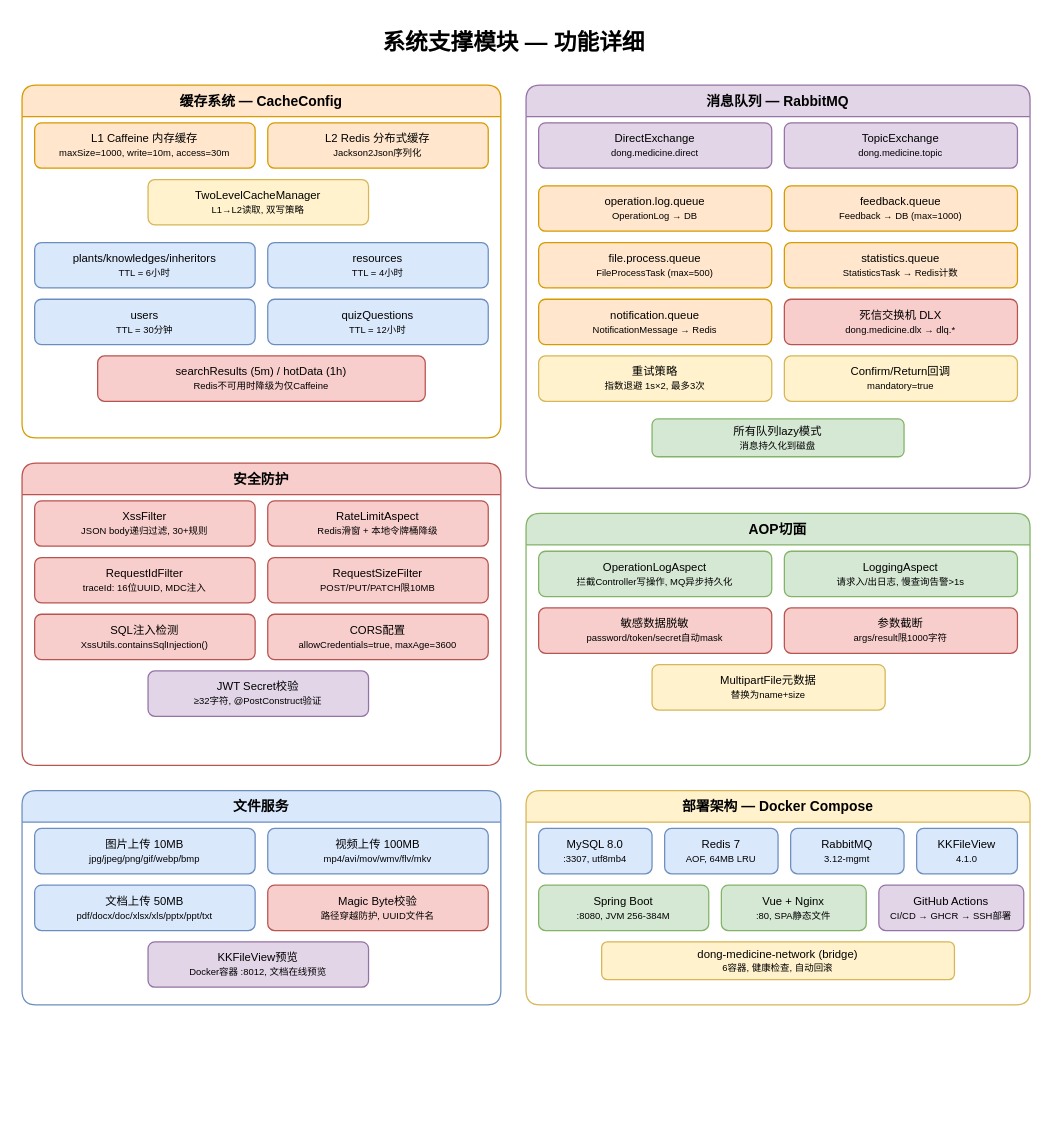
Before: docs/diagrams/module-system.drawio in yhe3603-star/Graduation-Project, a draw.io diagram. Source tidied: cells renumbered, new cells numbered last; positions are measured from the earlier drawing's top-left corner, leaving out a move shared by most shapes. Both pictures are drawn from the tidied source at 126%, with x=0, y=0 at pixel (21, 21).
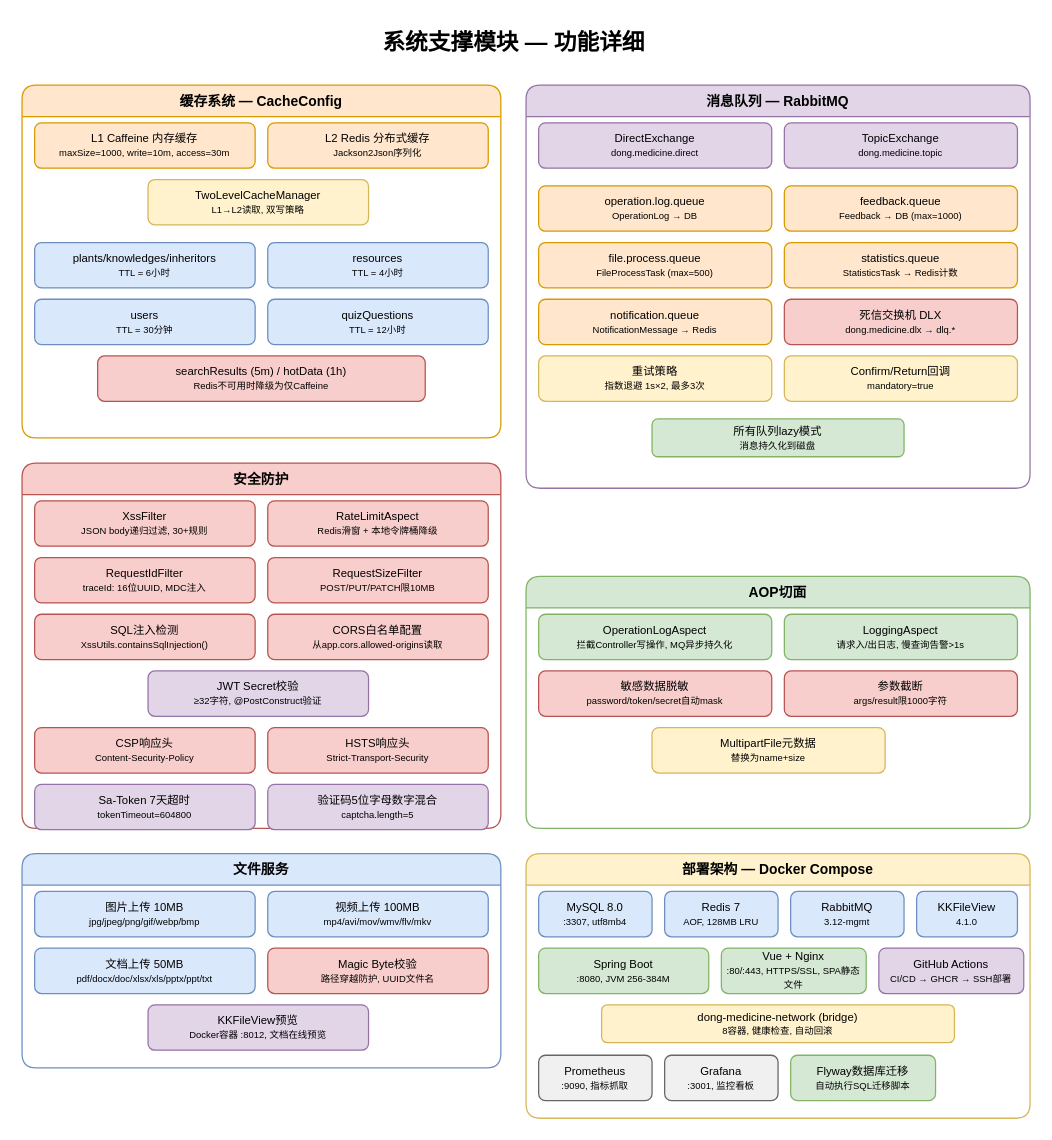
Above is the later version.

Change to the diagram source:
```diff
@@
     <mxCell id="24" value="安全防护" style="swimlane;startSize=25;fillColor=#f8cecc;strokeColor=#b85450;fontSize=11;rounded=1;" parent="1" vertex="1">
-      <mxGeometry y="350" width="380" height="240" as="geometry" />
+      <mxGeometry y="350" width="380" height="290" as="geometry" />
     </mxCell>
@@
-    <mxCell id="30" value="CORS配置&lt;br&gt;&lt;small&gt;allowCredentials=true, maxAge=3600&lt;/small&gt;" style="rounded=1;whiteSpace=wrap;html=1;fillColor=#f8cecc;strokeColor=#b85450;fontSize=9;" parent="24" vertex="1">
+    <mxCell id="30" value="CORS白名单配置&lt;br&gt;&lt;small&gt;从app.cors.allowed-origins读取&lt;/small&gt;" style="rounded=1;whiteSpace=wrap;html=1;fillColor=#f8cecc;strokeColor=#b85450;fontSize=9;" parent="24" vertex="1">
       <mxGeometry x="195" y="120" width="175" height="36" as="geometry" />
     </mxCell>
@@
+    <mxCell id="53" value="CSP响应头&lt;br&gt;&lt;small&gt;Content-Security-Policy&lt;/small&gt;" style="rounded=1;whiteSpace=wrap;html=1;fillColor=#f8cecc;strokeColor=#b85450;fontSize=9;" parent="24" vertex="1">
+      <mxGeometry x="10" y="210" width="175" height="36" as="geometry" />
+    </mxCell>
+    <mxCell id="54" value="HSTS响应头&lt;br&gt;&lt;small&gt;Strict-Transport-Security&lt;/small&gt;" style="rounded=1;whiteSpace=wrap;html=1;fillColor=#f8cecc;strokeColor=#b85450;fontSize=9;" parent="24" vertex="1">
+      <mxGeometry x="195" y="210" width="175" height="36" as="geometry" />
+    </mxCell>
+    <mxCell id="55" value="Sa-Token 7天超时&lt;br&gt;&lt;small&gt;tokenTimeout=604800&lt;/small&gt;" style="rounded=1;whiteSpace=wrap;html=1;fillColor=#e1d5e7;strokeColor=#9673a6;fontSize=9;" parent="24" vertex="1">
+      <mxGeometry x="10" y="255" width="175" height="36" as="geometry" />
+    </mxCell>
+    <mxCell id="56" value="验证码5位字母数字混合&lt;br&gt;&lt;small&gt;captcha.length=5&lt;/small&gt;" style="rounded=1;whiteSpace=wrap;html=1;fillColor=#e1d5e7;strokeColor=#9673a6;fontSize=9;" parent="24" vertex="1">
+      <mxGeometry x="195" y="255" width="175" height="36" as="geometry" />
+    </mxCell>
     <mxCell id="32" value="AOP切面" style="swimlane;startSize=25;fillColor=#d5e8d4;strokeColor=#82b366;fontSize=11;rounded=1;" parent="1" vertex="1">
-      <mxGeometry x="400" y="390" width="400" height="200" as="geometry" />
+      <mxGeometry x="400" y="440" width="400" height="200" as="geometry" />
     </mxCell>
@@
     <mxCell id="38" value="文件服务" style="swimlane;startSize=25;fillColor=#dae8fc;strokeColor=#6c8ebf;fontSize=11;rounded=1;" parent="1" vertex="1">
-      <mxGeometry y="610" width="380" height="170" as="geometry" />
+      <mxGeometry y="660" width="380" height="170" as="geometry" />
     </mxCell>
@@
     <mxCell id="44" value="部署架构 — Docker Compose" style="swimlane;startSize=25;fillColor=#fff2cc;strokeColor=#d6b656;fontSize=11;rounded=1;" parent="1" vertex="1">
-      <mxGeometry x="400" y="610" width="400" height="170" as="geometry" />
+      <mxGeometry x="400" y="660" width="400" height="210" as="geometry" />
     </mxCell>
@@
-    <mxCell id="46" value="Redis 7&lt;br&gt;&lt;small&gt;AOF, 64MB LRU&lt;/small&gt;" style="rounded=1;whiteSpace=wrap;html=1;fillColor=#dae8fc;strokeColor=#6c8ebf;fontSize=9;" parent="44" vertex="1">
+    <mxCell id="46" value="Redis 7&lt;br&gt;&lt;small&gt;AOF, 128MB LRU&lt;/small&gt;" style="rounded=1;whiteSpace=wrap;html=1;fillColor=#dae8fc;strokeColor=#6c8ebf;fontSize=9;" parent="44" vertex="1">
       <mxGeometry x="110" y="30" width="90" height="36" as="geometry" />
     </mxCell>
@@
-    <mxCell id="50" value="Vue + Nginx&lt;br&gt;&lt;small&gt;:80, SPA静态文件&lt;/small&gt;" style="rounded=1;whiteSpace=wrap;html=1;fillColor=#d5e8d4;strokeColor=#82b366;fontSize=9;" parent="44" vertex="1">
+    <mxCell id="50" value="Vue + Nginx&lt;br&gt;&lt;small&gt;:80/:443, HTTPS/SSL, SPA静态文件&lt;/small&gt;" style="rounded=1;whiteSpace=wrap;html=1;fillColor=#d5e8d4;strokeColor=#82b366;fontSize=9;" parent="44" vertex="1">
       <mxGeometry x="155" y="75" width="115" height="36" as="geometry" />
     </mxCell>
@@
-    <mxCell id="52" value="dong-medicine-network (bridge)&lt;br&gt;&lt;small&gt;6容器, 健康检查, 自动回滚&lt;/small&gt;" style="rounded=1;whiteSpace=wrap;html=1;fillColor=#fff2cc;strokeColor=#d6b656;fontSize=9;" parent="44" vertex="1">
+    <mxCell id="52" value="dong-medicine-network (bridge)&lt;br&gt;&lt;small&gt;8容器, 健康检查, 自动回滚&lt;/small&gt;" style="rounded=1;whiteSpace=wrap;html=1;fillColor=#fff2cc;strokeColor=#d6b656;fontSize=9;" parent="44" vertex="1">
       <mxGeometry x="60" y="120" width="280" height="30" as="geometry" />
     </mxCell>
+    <mxCell id="57" value="Prometheus&lt;br&gt;&lt;small&gt;:9090, 指标抓取&lt;/small&gt;" style="rounded=1;whiteSpace=wrap;html=1;fillColor=#f0f0f0;strokeColor=#666666;fontSize=9;" parent="44" vertex="1">
+      <mxGeometry x="10" y="160" width="90" height="36" as="geometry" />
+    </mxCell>
+    <mxCell id="58" value="Grafana&lt;br&gt;&lt;small&gt;:3001, 监控看板&lt;/small&gt;" style="rounded=1;whiteSpace=wrap;html=1;fillColor=#f0f0f0;strokeColor=#666666;fontSize=9;" parent="44" vertex="1">
+      <mxGeometry x="110" y="160" width="90" height="36" as="geometry" />
+    </mxCell>
+    <mxCell id="59" value="Flyway数据库迁移&lt;br&gt;&lt;small&gt;自动执行SQL迁移脚本&lt;/small&gt;" style="rounded=1;whiteSpace=wrap;html=1;fillColor=#d5e8d4;strokeColor=#82b366;fontSize=9;" parent="44" vertex="1">
+      <mxGeometry x="210" y="160" width="115" height="36" as="geometry" />
+    </mxCell>
```
